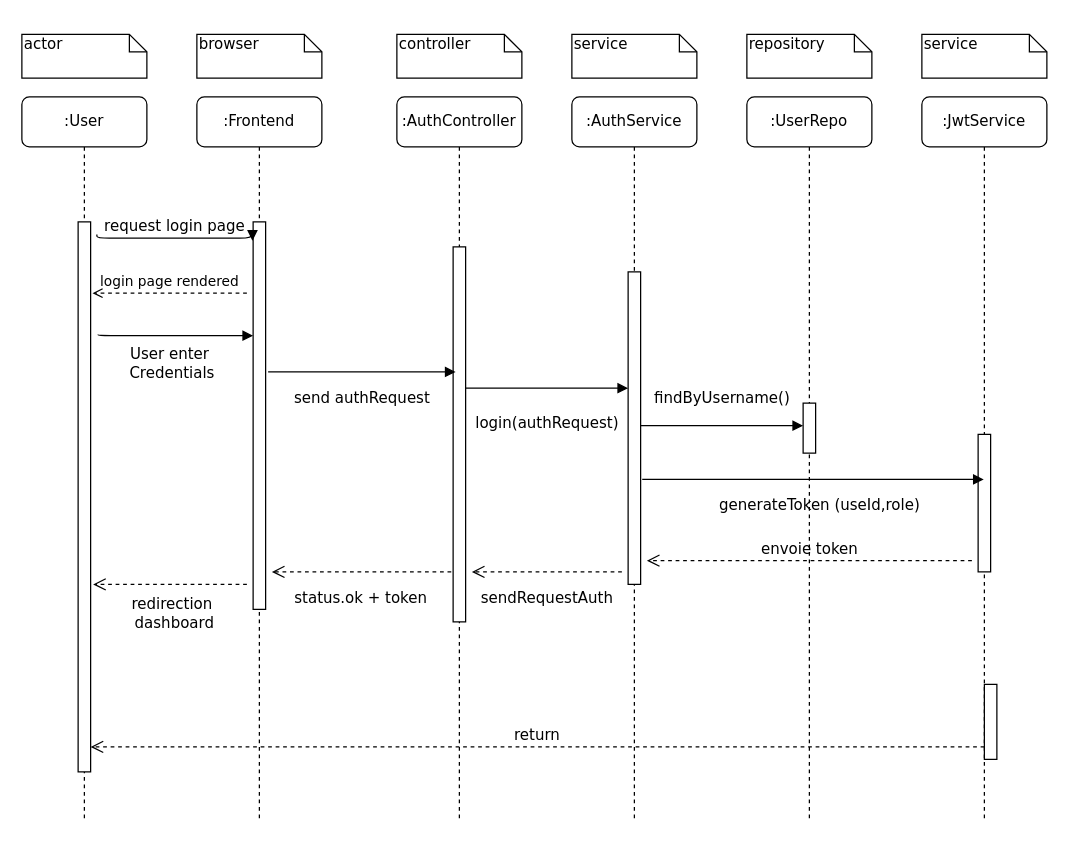
This is Diagramme sans nom.drawio from MELEK-WEB/web-editor, a draw.io file, before an edit. Source tidied: cells renumbered, new cells numbered last; positions are measured from the earlier drawing's top-left corner, leaving out a move shared by most shapes. Both pictures are drawn from the tidied source at 125%, with x=0, y=0 at pixel (21, 34).
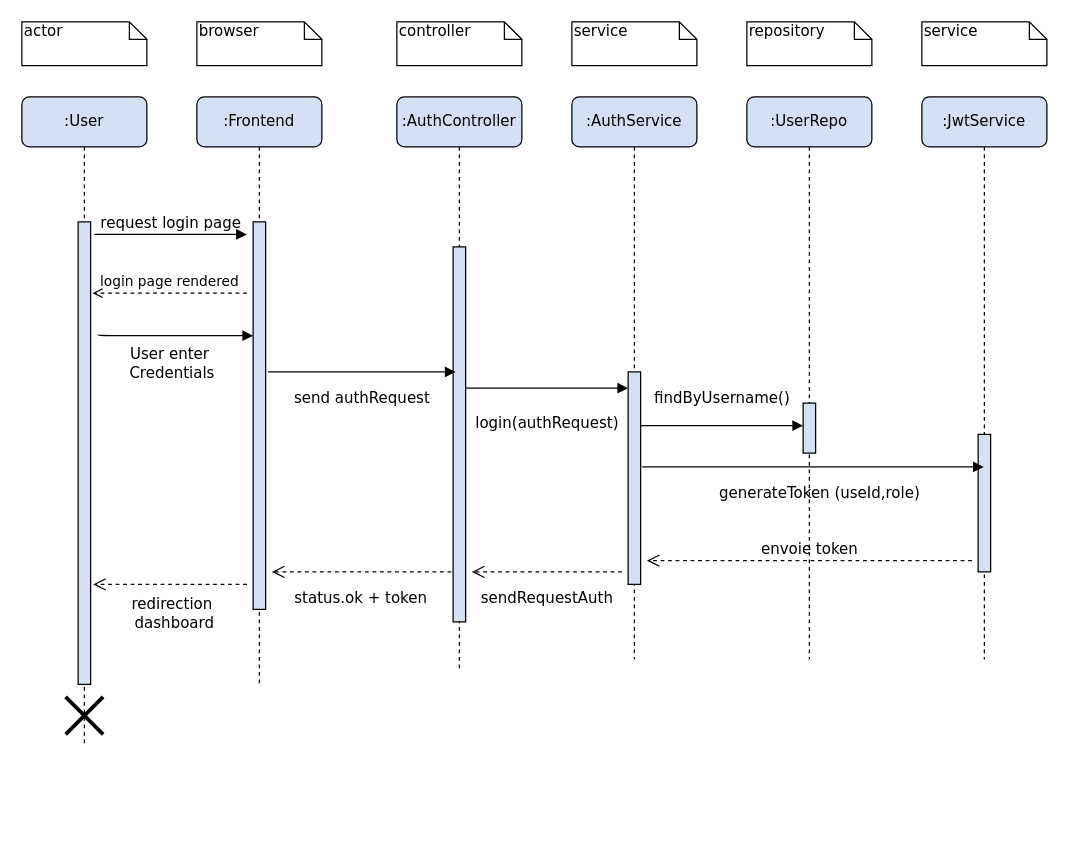
The same page after the edit.

Commit message:
Mettre à jour Diagramme sans nom.drawio

Change to the diagram source:
```diff
@@
-    <mxCell id="2" value=":Frontend" style="shape=umlLifeline;perimeter=lifelinePerimeter;whiteSpace=wrap;html=1;rounded=1;shadow=0;comic=0;labelBackgroundColor=none;strokeWidth=1;fontFamily=Verdana;fontSize=12;align=center;" parent="1" vertex="1">
-      <mxGeometry x="140" y="50" width="100" height="580" as="geometry" />
+    <mxCell id="2" value=":Frontend" style="shape=umlLifeline;perimeter=lifelinePerimeter;whiteSpace=wrap;html=1;rounded=1;shadow=0;comic=0;labelBackgroundColor=none;strokeWidth=1;fontFamily=Verdana;fontSize=12;align=center;fillColor=#D4E1F5;" parent="1" vertex="1">
+      <mxGeometry x="140" y="50" width="100" height="470" as="geometry" />
     </mxCell>
-    <mxCell id="3" style="html=1;points=[];perimeter=orthogonalPerimeter;rounded=0;shadow=0;comic=0;labelBackgroundColor=none;strokeWidth=1;fontFamily=Verdana;fontSize=12;align=center;" parent="2" vertex="1">
+    <mxCell id="3" style="html=1;points=[];perimeter=orthogonalPerimeter;rounded=0;shadow=0;comic=0;labelBackgroundColor=none;strokeWidth=1;fontFamily=Verdana;fontSize=12;align=center;fillColor=#D4E1F5;" parent="2" vertex="1">
       <mxGeometry x="45" y="100" width="10" height="310" as="geometry" />
     </mxCell>
@@
-    <mxCell id="6" value=":AuthController" style="shape=umlLifeline;perimeter=lifelinePerimeter;whiteSpace=wrap;html=1;outlineConnect=0;rounded=1;shadow=0;comic=0;labelBackgroundColor=none;strokeWidth=1;fontFamily=Verdana;fontSize=12;align=center;" parent="1" vertex="1">
-      <mxGeometry x="300" y="50" width="100" height="580" as="geometry" />
+    <mxCell id="6" value=":AuthController" style="shape=umlLifeline;perimeter=lifelinePerimeter;whiteSpace=wrap;html=1;outlineConnect=0;rounded=1;shadow=0;comic=0;labelBackgroundColor=none;strokeWidth=1;fontFamily=Verdana;fontSize=12;align=center;fillColor=#D4E1F5;" parent="1" vertex="1">
+      <mxGeometry x="300" y="50" width="100" height="460" as="geometry" />
     </mxCell>
-    <mxCell id="7" style="html=1;perimeter=orthogonalPerimeter;rounded=0;shadow=0;comic=0;labelBackgroundColor=none;strokeWidth=1;fontFamily=Verdana;fontSize=12;align=center;" parent="6" vertex="1">
+    <mxCell id="7" style="html=1;perimeter=orthogonalPerimeter;rounded=0;shadow=0;comic=0;labelBackgroundColor=none;strokeWidth=1;fontFamily=Verdana;fontSize=12;align=center;fillColor=#D4E1F5;" parent="6" vertex="1">
       <mxGeometry x="45" y="120" width="10" height="300" as="geometry" />
     </mxCell>
-    <mxCell id="8" value=":AuthService" style="shape=umlLifeline;perimeter=lifelinePerimeter;whiteSpace=wrap;html=1;rounded=1;shadow=0;comic=0;labelBackgroundColor=none;strokeWidth=1;fontFamily=Verdana;fontSize=12;align=center;" parent="1" vertex="1">
-      <mxGeometry x="440" y="50" width="100" height="580" as="geometry" />
+    <mxCell id="8" value=":AuthService" style="shape=umlLifeline;perimeter=lifelinePerimeter;whiteSpace=wrap;html=1;rounded=1;shadow=0;comic=0;labelBackgroundColor=none;strokeWidth=1;fontFamily=Verdana;fontSize=12;align=center;fillColor=#D4E1F5;" parent="1" vertex="1">
+      <mxGeometry x="440" y="50" width="100" height="450" as="geometry" />
     </mxCell>
-    <mxCell id="9" value=":UserRepo" style="shape=umlLifeline;perimeter=lifelinePerimeter;whiteSpace=wrap;html=1;rounded=1;shadow=0;comic=0;labelBackgroundColor=none;strokeWidth=1;fontFamily=Verdana;fontSize=12;align=center;" parent="1" vertex="1">
-      <mxGeometry x="580" y="50" width="100" height="580" as="geometry" />
+    <mxCell id="9" value=":UserRepo" style="shape=umlLifeline;perimeter=lifelinePerimeter;whiteSpace=wrap;html=1;rounded=1;shadow=0;comic=0;labelBackgroundColor=none;strokeWidth=1;fontFamily=Verdana;fontSize=12;align=center;fillColor=#D4E1F5;" parent="1" vertex="1">
+      <mxGeometry x="580" y="50" width="100" height="450" as="geometry" />
     </mxCell>
-    <mxCell id="10" style="html=1;perimeter=orthogonalPerimeter;rounded=0;shadow=0;comic=0;labelBackgroundColor=none;strokeWidth=1;fontFamily=Verdana;fontSize=12;align=center;" parent="9" vertex="1">
+    <mxCell id="10" style="html=1;perimeter=orthogonalPerimeter;rounded=0;shadow=0;comic=0;labelBackgroundColor=none;strokeWidth=1;fontFamily=Verdana;fontSize=12;align=center;fillColor=#D4E1F5;" parent="9" vertex="1">
       <mxGeometry x="45" y="245" width="10" height="40" as="geometry" />
     </mxCell>
-    <mxCell id="11" value=":JwtService" style="shape=umlLifeline;perimeter=lifelinePerimeter;whiteSpace=wrap;html=1;outlineConnect=0;rounded=1;shadow=0;comic=0;labelBackgroundColor=none;strokeWidth=1;fontFamily=Verdana;fontSize=12;align=center;" parent="1" vertex="1">
-      <mxGeometry x="720" y="50" width="100" height="580" as="geometry" />
+    <mxCell id="11" value=":JwtService" style="shape=umlLifeline;perimeter=lifelinePerimeter;whiteSpace=wrap;html=1;outlineConnect=0;rounded=1;shadow=0;comic=0;labelBackgroundColor=none;strokeWidth=1;fontFamily=Verdana;fontSize=12;align=center;fillColor=#D4E1F5;" parent="1" vertex="1">
+      <mxGeometry x="720" y="50" width="100" height="450" as="geometry" />
     </mxCell>
-    <mxCell id="12" style="html=1;perimeter=orthogonalPerimeter;rounded=0;shadow=0;comic=0;labelBackgroundColor=none;strokeWidth=1;fontFamily=Verdana;fontSize=12;align=center;" parent="11" vertex="1">
+    <mxCell id="12" style="html=1;perimeter=orthogonalPerimeter;rounded=0;shadow=0;comic=0;labelBackgroundColor=none;strokeWidth=1;fontFamily=Verdana;fontSize=12;align=center;fillColor=#D4E1F5;" parent="11" vertex="1">
       <mxGeometry x="45" y="270" width="10" height="110" as="geometry" />
     </mxCell>
-    <mxCell id="13" value=":User" style="shape=umlLifeline;perimeter=lifelinePerimeter;whiteSpace=wrap;html=1;rounded=1;shadow=0;comic=0;labelBackgroundColor=none;strokeWidth=1;fontFamily=Verdana;fontSize=12;align=center;" parent="1" vertex="1">
-      <mxGeometry y="50" width="100" height="580" as="geometry" />
+    <mxCell id="13" value=":User" style="shape=umlLifeline;perimeter=lifelinePerimeter;whiteSpace=wrap;html=1;rounded=1;shadow=0;comic=0;labelBackgroundColor=none;strokeWidth=1;fontFamily=Verdana;fontSize=12;align=center;fillColor=#D4E1F5;" parent="1" vertex="1">
+      <mxGeometry y="50" width="100" height="520" as="geometry" />
     </mxCell>
-    <mxCell id="14" style="html=1;points=[];perimeter=orthogonalPerimeter;rounded=0;shadow=0;comic=0;labelBackgroundColor=none;strokeWidth=1;fontFamily=Verdana;fontSize=12;align=center;" parent="13" vertex="1">
-      <mxGeometry x="45" y="100" width="10" height="440" as="geometry" />
+    <mxCell id="14" style="html=1;points=[];perimeter=orthogonalPerimeter;rounded=0;shadow=0;comic=0;labelBackgroundColor=none;strokeWidth=1;fontFamily=Verdana;fontSize=12;align=center;fillColor=#D4E1F5;" parent="13" vertex="1">
+      <mxGeometry x="45" y="100" width="10" height="370" as="geometry" />
     </mxCell>
@@
+    <mxCell id="33" style="shape=umlDestroy;whiteSpace=wrap;html=1;strokeWidth=3;targetShapes=umlLifeline;" parent="13" vertex="1">
+      <mxGeometry x="35" y="480" width="30" height="30" as="geometry" />
+    </mxCell>
-    <mxCell id="16" style="html=1;points=[];perimeter=orthogonalPerimeter;rounded=0;shadow=0;comic=0;labelBackgroundColor=none;strokeWidth=1;fontFamily=Verdana;fontSize=12;align=center;" parent="1" vertex="1">
-      <mxGeometry x="485" y="190" width="10" height="250" as="geometry" />
+    <mxCell id="16" style="html=1;points=[];perimeter=orthogonalPerimeter;rounded=0;shadow=0;comic=0;labelBackgroundColor=none;strokeWidth=1;fontFamily=Verdana;fontSize=12;align=center;fillColor=#D4E1F5;" parent="1" vertex="1">
+      <mxGeometry x="485" y="270" width="10" height="170" as="geometry" />
     </mxCell>
@@
-    <mxCell id="19" style="html=1;points=[];perimeter=orthogonalPerimeter;rounded=0;shadow=0;comic=0;labelBackgroundColor=none;strokeWidth=1;fontFamily=Verdana;fontSize=12;align=center;" parent="1" vertex="1">
-      <mxGeometry x="770" y="520" width="10" height="60" as="geometry" />
-    </mxCell>
-    <mxCell id="20" value="return" style="html=1;verticalAlign=bottom;endArrow=open;dashed=1;endSize=8;labelBackgroundColor=none;fontFamily=Verdana;fontSize=12;edgeStyle=elbowEdgeStyle;elbow=vertical;" parent="1" edge="1" source="19" target="14">
-      <mxGeometry relative="1" as="geometry">
-        <Array as="points">
-          <mxPoint x="470" y="570" />
-        </Array>
-      </mxGeometry>
-    </mxCell>
-    <mxCell id="21" value="request login page" style="html=1;verticalAlign=bottom;endArrow=block;entryX=-0.053;entryY=0.049;labelBackgroundColor=none;fontFamily=Verdana;fontSize=12;edgeStyle=elbowEdgeStyle;elbow=vertical;entryDx=0;entryDy=0;entryPerimeter=0;" parent="1" edge="1" target="3">
+    <mxCell id="21" value="request login page" style="html=1;verticalAlign=bottom;endArrow=block;labelBackgroundColor=none;fontFamily=Verdana;fontSize=12;edgeStyle=elbowEdgeStyle;elbow=vertical;" parent="1" edge="1">
       <mxGeometry relative="1" as="geometry">
-        <mxPoint x="60" y="160" as="sourcePoint" />
+        <mxPoint x="58" y="160" as="sourcePoint" />
+        <mxPoint x="180" y="160" as="targetPoint" />
       </mxGeometry>
     </mxCell>
     <mxCell id="22" value="actor" style="shape=note;whiteSpace=wrap;html=1;size=14;verticalAlign=top;align=left;spacingTop=-6;rounded=0;shadow=0;comic=0;labelBackgroundColor=none;strokeWidth=1;fontFamily=Verdana;fontSize=12;" parent="1" vertex="1">
-      <mxGeometry width="100" height="35" as="geometry" />
+      <mxGeometry y="-10" width="100" height="35" as="geometry" />
     </mxCell>
     <mxCell id="23" value="browser" style="shape=note;whiteSpace=wrap;html=1;size=14;verticalAlign=top;align=left;spacingTop=-6;rounded=0;shadow=0;comic=0;labelBackgroundColor=none;strokeWidth=1;fontFamily=Verdana;fontSize=12;" parent="1" vertex="1">
-      <mxGeometry x="140" width="100" height="35" as="geometry" />
+      <mxGeometry x="140" y="-10" width="100" height="35" as="geometry" />
     </mxCell>
     <mxCell id="24" value="controller" style="shape=note;whiteSpace=wrap;html=1;size=14;verticalAlign=top;align=left;spacingTop=-6;rounded=0;shadow=0;comic=0;labelBackgroundColor=none;strokeWidth=1;fontFamily=Verdana;fontSize=12;" parent="1" vertex="1">
-      <mxGeometry x="300" width="100" height="35" as="geometry" />
+      <mxGeometry x="300" y="-10" width="100" height="35" as="geometry" />
     </mxCell>
     <mxCell id="25" value="service" style="shape=note;whiteSpace=wrap;html=1;size=14;verticalAlign=top;align=left;spacingTop=-6;rounded=0;shadow=0;comic=0;labelBackgroundColor=none;strokeWidth=1;fontFamily=Verdana;fontSize=12;" parent="1" vertex="1">
-      <mxGeometry x="440" width="100" height="35" as="geometry" />
+      <mxGeometry x="440" y="-10" width="100" height="35" as="geometry" />
     </mxCell>
     <mxCell id="26" value="repository" style="shape=note;whiteSpace=wrap;html=1;size=14;verticalAlign=top;align=left;spacingTop=-6;rounded=0;shadow=0;comic=0;labelBackgroundColor=none;strokeWidth=1;fontFamily=Verdana;fontSize=12;" parent="1" vertex="1">
-      <mxGeometry x="580" width="100" height="35" as="geometry" />
+      <mxGeometry x="580" y="-10" width="100" height="35" as="geometry" />
     </mxCell>
     <mxCell id="27" value="service" style="shape=note;whiteSpace=wrap;html=1;size=14;verticalAlign=top;align=left;spacingTop=-6;rounded=0;shadow=0;comic=0;labelBackgroundColor=none;strokeWidth=1;fontFamily=Verdana;fontSize=12;" parent="1" vertex="1">
-      <mxGeometry x="720" width="100" height="35" as="geometry" />
+      <mxGeometry x="720" y="-10" width="100" height="35" as="geometry" />
     </mxCell>
@@
-    <mxCell id="32" value="generateToken (useId,role)" style="html=1;verticalAlign=bottom;endArrow=block;labelBackgroundColor=none;fontFamily=Verdana;fontSize=12;edgeStyle=elbowEdgeStyle;elbow=vertical;exitX=1.128;exitY=0.664;exitDx=0;exitDy=0;exitPerimeter=0;" parent="1" edge="1" source="16" target="11">
-      <mxGeometry x="0.04" y="-30" relative="1" as="geometry" />
+    <mxCell id="32" value="generateToken (useId,role)" style="html=1;verticalAlign=bottom;endArrow=block;labelBackgroundColor=none;fontFamily=Verdana;fontSize=12;edgeStyle=elbowEdgeStyle;elbow=vertical;exitX=1.128;exitY=0.664;exitDx=0;exitDy=0;exitPerimeter=0;" parent="1" edge="1">
+      <mxGeometry x="0.04" y="-30" relative="1" as="geometry">
+        <mxPoint x="496.3" y="345.9" as="sourcePoint" />
+        <mxPoint x="769.5" y="346" as="targetPoint" />
+      </mxGeometry>
     </mxCell>
```
